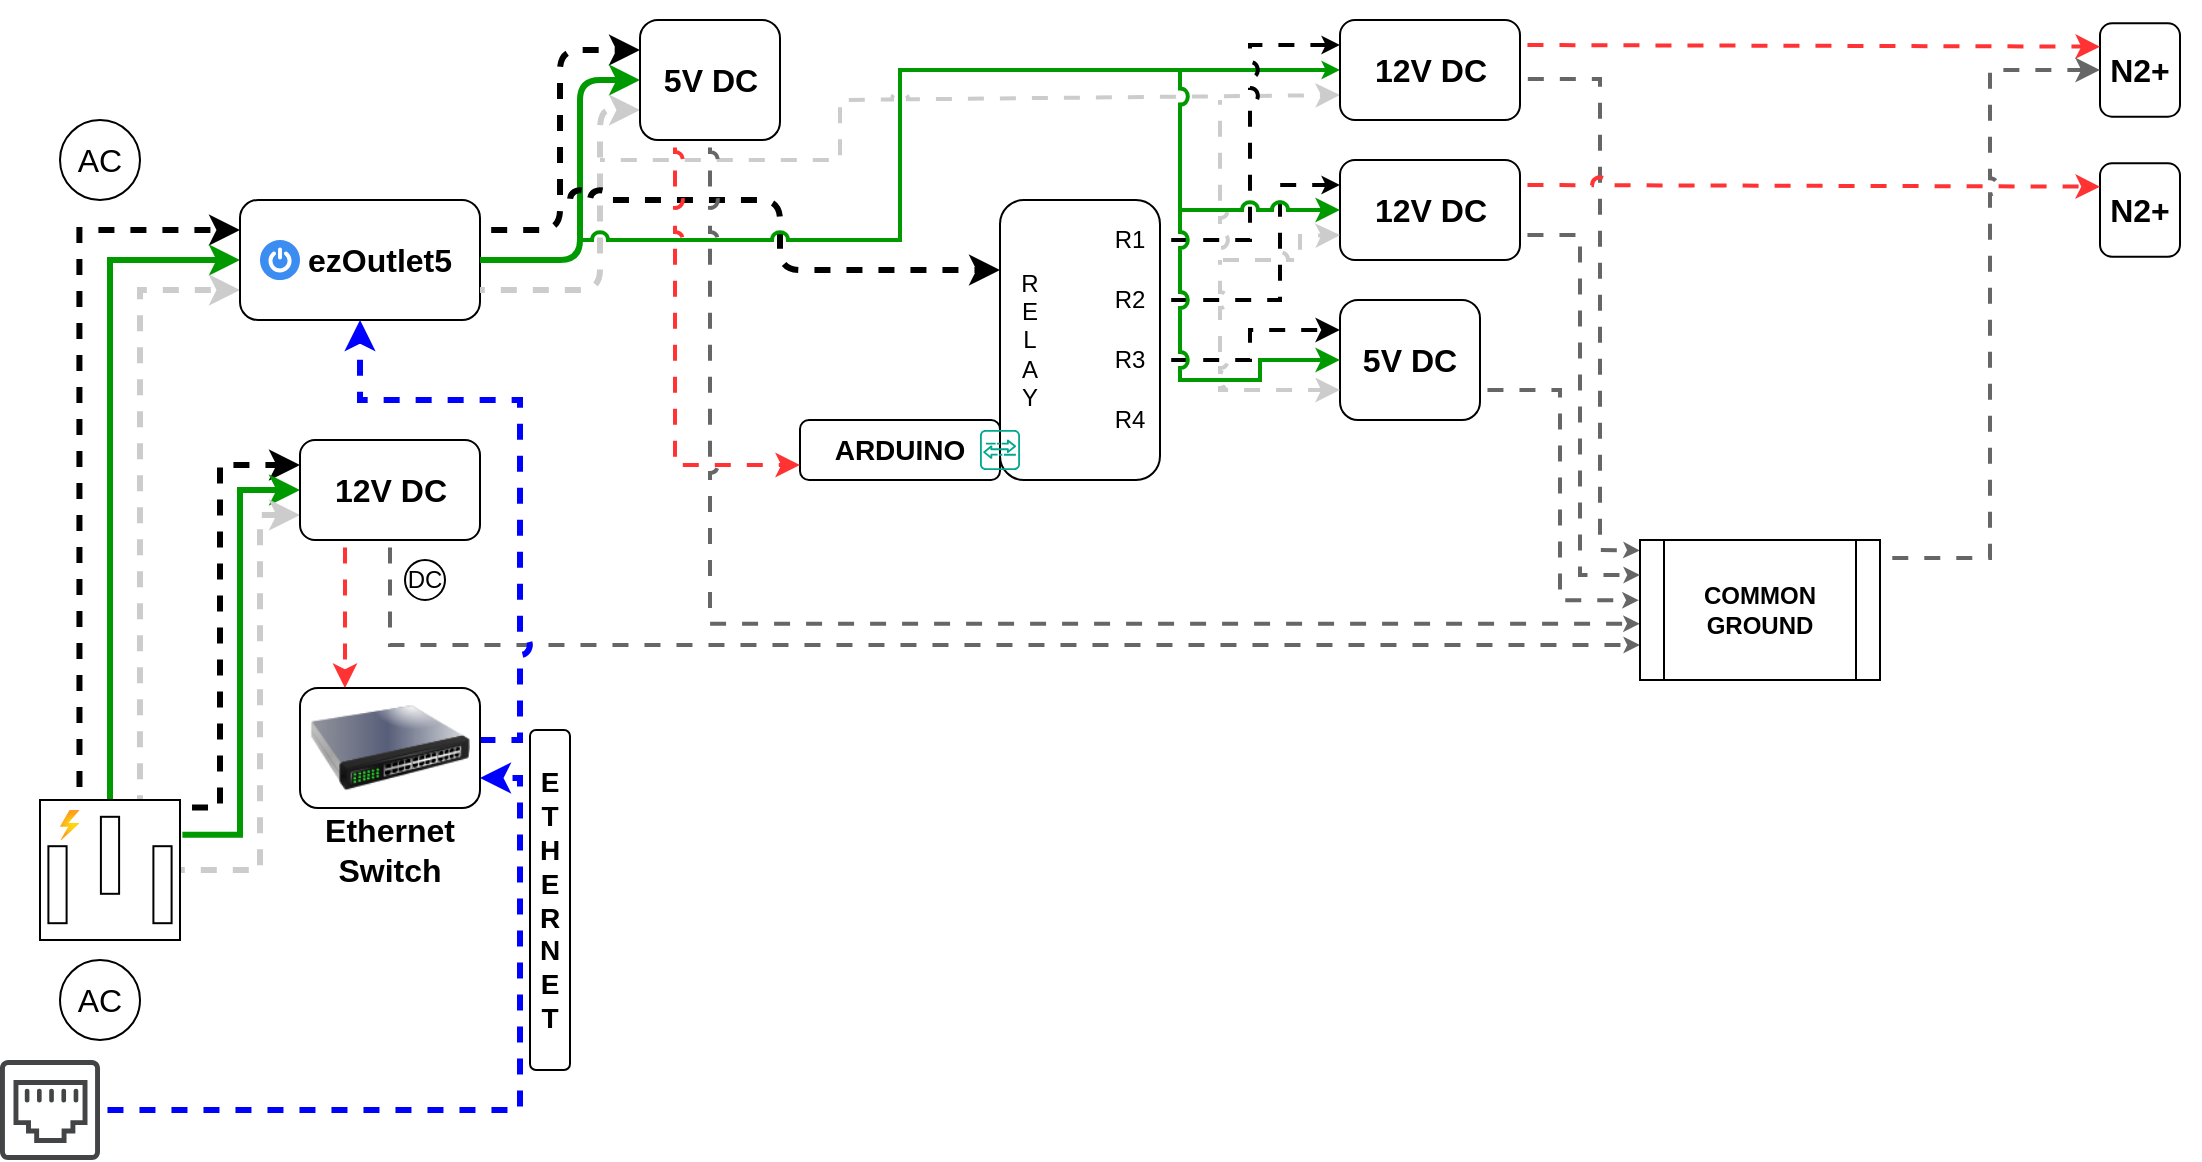
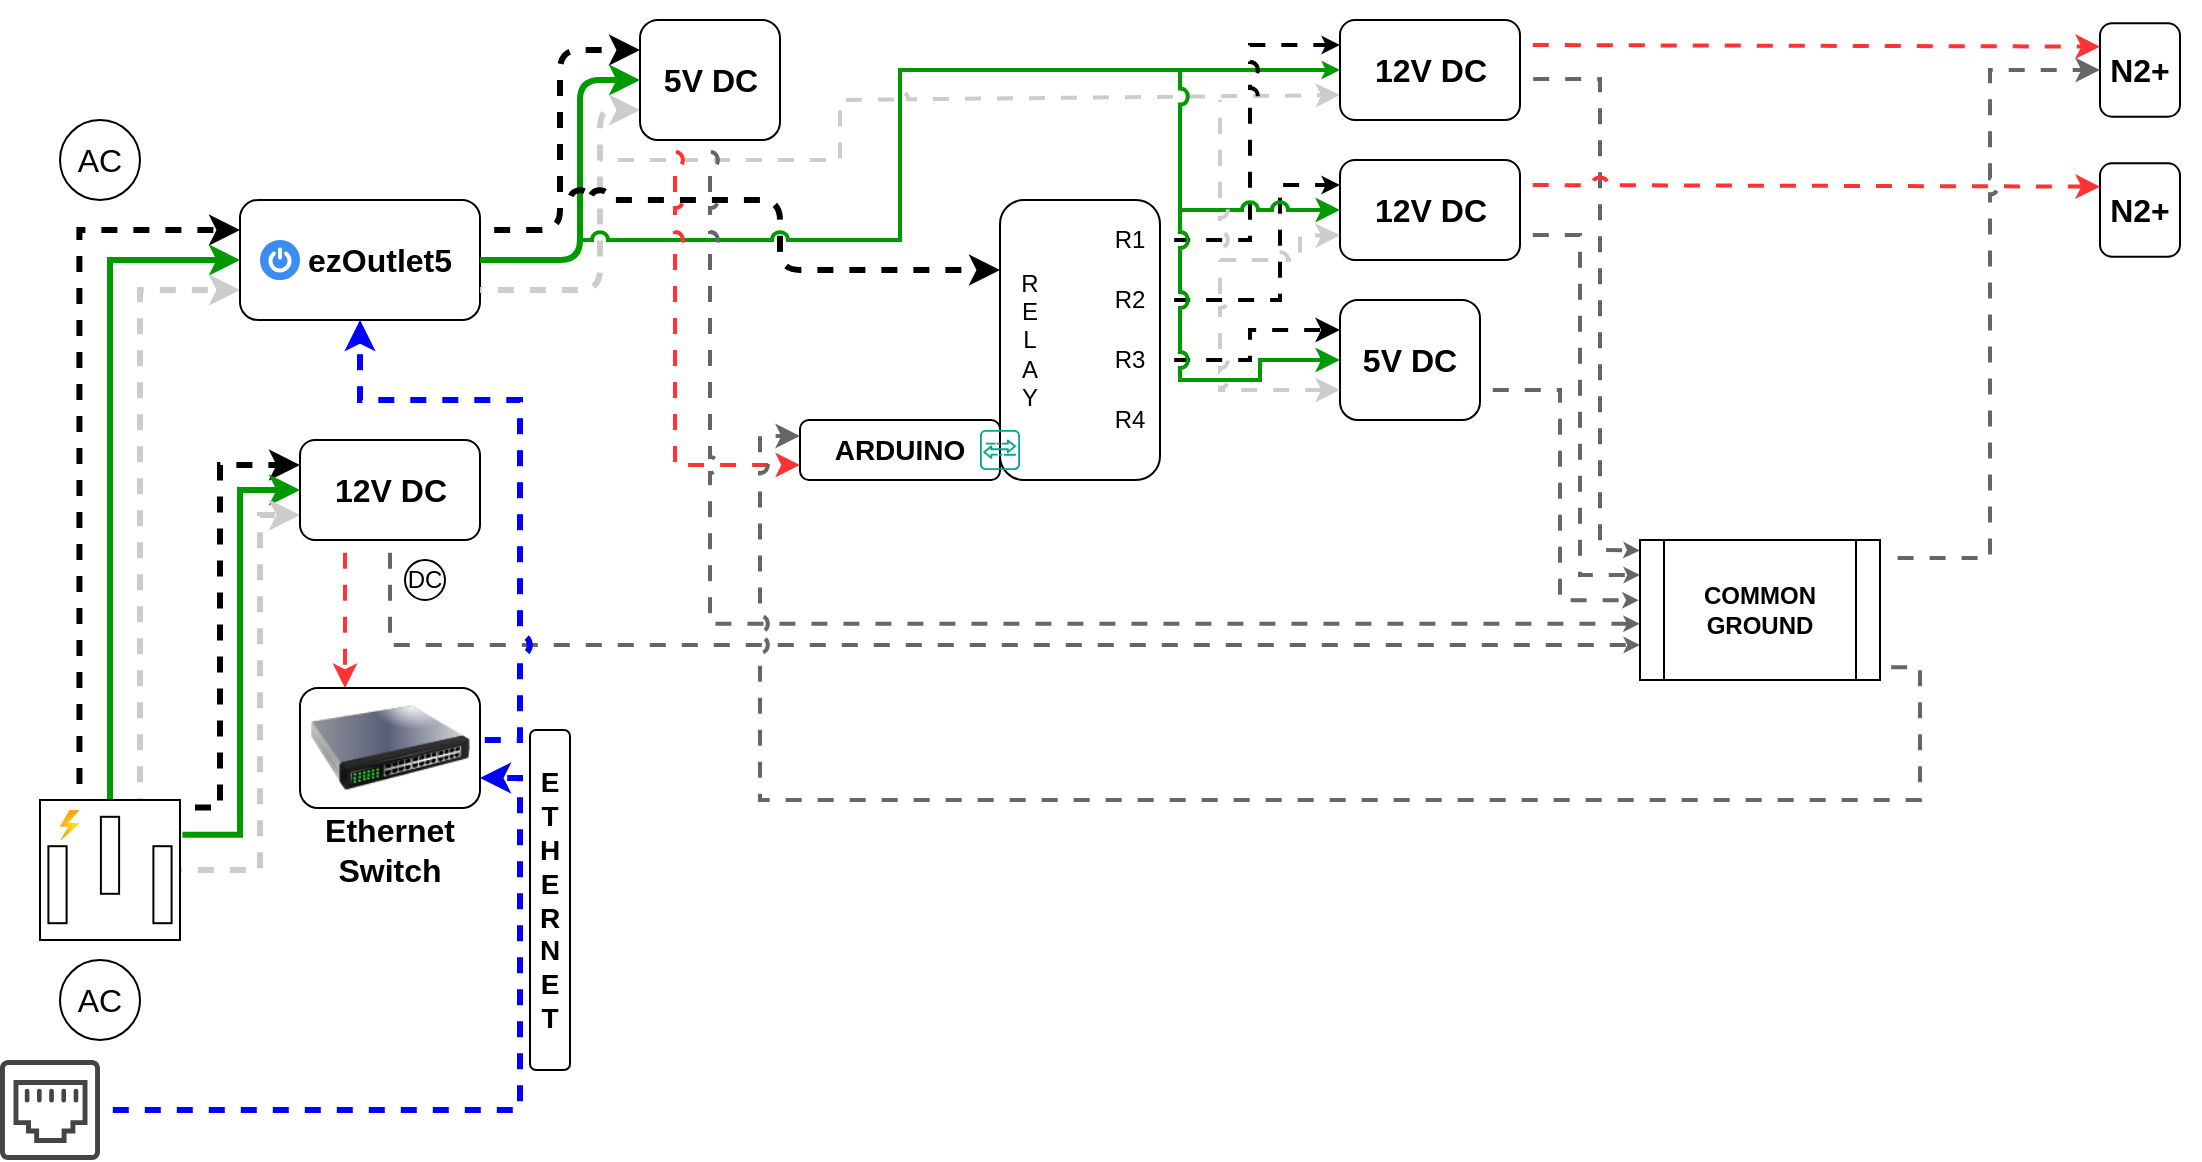
<mxfile host="app.diagrams.net" agent="Mozilla/5.0 (Windows NT 10.0; Win64; x64) AppleWebKit/537.36 (KHTML, like Gecko) Chrome/131.0.0.0 Safari/537.36 Edg/131.0.0.0" version="25.0.3">
  <diagram name="Page-1" id="VlRkN-xOVygPYa-iD9Ir">
-     <mxGraphModel dx="1050" dy="658" grid="1" gridSize="10" guides="1" tooltips="1" connect="1" arrows="1" fold="1" page="1" pageScale="1" pageWidth="1600" pageHeight="900" background="none" math="0" shadow="0">
+     <mxGraphModel dx="500" dy="313" grid="1" gridSize="10" guides="1" tooltips="1" connect="1" arrows="1" fold="1" page="1" pageScale="1" pageWidth="1600" pageHeight="900" background="none" math="0" shadow="0">
      <root>
        <mxCell id="0" />
        <mxCell id="1" parent="0" />
        <mxCell id="JVLtuT8sySUBbFbLTn6r-3" style="edgeStyle=orthogonalEdgeStyle;rounded=0;orthogonalLoop=1;jettySize=auto;html=1;entryX=0;entryY=0.25;entryDx=0;entryDy=0;exitX=0.282;exitY=-0.013;exitDx=0;exitDy=0;exitPerimeter=0;strokeWidth=3;flowAnimation=1;flowAnimationDirection=alternate;flowAnimationTimingFunction=ease-in-out;flowAnimationDuration=1500;jumpStyle=arc;" parent="1" source="pD8juBFKP1GN8B8eYQTb-1" target="pD8juBFKP1GN8B8eYQTb-3" edge="1">
          <mxGeometry relative="1" as="geometry" />
        </mxCell>
        <mxCell id="JVLtuT8sySUBbFbLTn6r-4" style="edgeStyle=orthogonalEdgeStyle;rounded=0;orthogonalLoop=1;jettySize=auto;html=1;exitX=0.5;exitY=0;exitDx=0;exitDy=0;exitPerimeter=0;entryX=0;entryY=0.5;entryDx=0;entryDy=0;strokeColor=#009900;strokeWidth=3;jumpStyle=arc;" parent="1" source="pD8juBFKP1GN8B8eYQTb-1" target="pD8juBFKP1GN8B8eYQTb-3" edge="1">
          <mxGeometry relative="1" as="geometry" />
        </mxCell>
        <mxCell id="JVLtuT8sySUBbFbLTn6r-5" style="edgeStyle=orthogonalEdgeStyle;rounded=0;orthogonalLoop=1;jettySize=auto;html=1;entryX=0;entryY=0.75;entryDx=0;entryDy=0;exitX=0.714;exitY=0;exitDx=0;exitDy=0;exitPerimeter=0;strokeWidth=3;strokeColor=#CCCCCC;flowAnimation=1;flowAnimationDirection=alternate-reverse;flowAnimationTimingFunction=ease-in-out;flowAnimationDuration=1500;jumpStyle=arc;" parent="1" source="pD8juBFKP1GN8B8eYQTb-1" target="pD8juBFKP1GN8B8eYQTb-3" edge="1">
          <mxGeometry relative="1" as="geometry">
            <mxPoint x="120" y="320" as="targetPoint" />
          </mxGeometry>
        </mxCell>
        <mxCell id="JVLtuT8sySUBbFbLTn6r-6" style="edgeStyle=orthogonalEdgeStyle;rounded=0;orthogonalLoop=1;jettySize=auto;html=1;entryX=0;entryY=0.25;entryDx=0;entryDy=0;exitX=1.006;exitY=0.054;exitDx=0;exitDy=0;exitPerimeter=0;strokeWidth=3;flowAnimation=1;flowAnimationDirection=alternate;flowAnimationTimingFunction=ease-in-out;flowAnimationDuration=1500;jumpStyle=arc;" parent="1" source="pD8juBFKP1GN8B8eYQTb-1" target="pD8juBFKP1GN8B8eYQTb-24" edge="1">
          <mxGeometry relative="1" as="geometry">
            <Array as="points">
              <mxPoint x="120" y="404" />
              <mxPoint x="120" y="233" />
            </Array>
          </mxGeometry>
        </mxCell>
        <mxCell id="JVLtuT8sySUBbFbLTn6r-7" style="edgeStyle=orthogonalEdgeStyle;rounded=0;orthogonalLoop=1;jettySize=auto;html=1;entryX=0;entryY=0.5;entryDx=0;entryDy=0;exitX=1.017;exitY=0.249;exitDx=0;exitDy=0;exitPerimeter=0;strokeWidth=3;strokeColor=#009900;jumpStyle=arc;" parent="1" source="pD8juBFKP1GN8B8eYQTb-1" target="pD8juBFKP1GN8B8eYQTb-24" edge="1">
          <mxGeometry relative="1" as="geometry" />
        </mxCell>
        <mxCell id="JVLtuT8sySUBbFbLTn6r-8" style="edgeStyle=orthogonalEdgeStyle;rounded=0;orthogonalLoop=1;jettySize=auto;html=1;entryX=0;entryY=0.75;entryDx=0;entryDy=0;strokeColor=#CCCCCC;strokeWidth=3;flowAnimation=1;flowAnimationDirection=alternate-reverse;flowAnimationTimingFunction=ease-in-out;flowAnimationDuration=1500;jumpStyle=arc;" parent="1" source="pD8juBFKP1GN8B8eYQTb-1" target="pD8juBFKP1GN8B8eYQTb-24" edge="1">
          <mxGeometry relative="1" as="geometry">
            <Array as="points">
              <mxPoint x="140" y="435" />
              <mxPoint x="140" y="258" />
            </Array>
          </mxGeometry>
        </mxCell>
        <mxCell id="JVLtuT8sySUBbFbLTn6r-1" value="" style="group" parent="1" vertex="1" connectable="0">
          <mxGeometry x="30" y="480" width="60" height="40" as="geometry" />
        </mxCell>
        <mxCell id="pD8juBFKP1GN8B8eYQTb-22" value="AC" style="text;html=1;align=center;verticalAlign=middle;whiteSpace=wrap;rounded=0;fontSize=16;" parent="JVLtuT8sySUBbFbLTn6r-1" vertex="1">
          <mxGeometry y="5" width="60" height="30" as="geometry" />
        </mxCell>
        <mxCell id="pD8juBFKP1GN8B8eYQTb-23" value="" style="ellipse;whiteSpace=wrap;html=1;fillColor=none;" parent="JVLtuT8sySUBbFbLTn6r-1" vertex="1">
          <mxGeometry x="10" width="40" height="40" as="geometry" />
        </mxCell>
        <mxCell id="JVLtuT8sySUBbFbLTn6r-2" value="" style="group" parent="1" vertex="1" connectable="0">
          <mxGeometry x="30" y="60" width="60" height="40" as="geometry" />
        </mxCell>
        <mxCell id="pD8juBFKP1GN8B8eYQTb-9" value="" style="ellipse;whiteSpace=wrap;html=1;fillColor=none;" parent="JVLtuT8sySUBbFbLTn6r-2" vertex="1">
          <mxGeometry x="10" width="40" height="40" as="geometry" />
        </mxCell>
        <mxCell id="pD8juBFKP1GN8B8eYQTb-11" value="AC" style="text;html=1;align=center;verticalAlign=middle;whiteSpace=wrap;rounded=0;fontSize=16;" parent="JVLtuT8sySUBbFbLTn6r-2" vertex="1">
          <mxGeometry y="5" width="60" height="30" as="geometry" />
        </mxCell>
        <mxCell id="JVLtuT8sySUBbFbLTn6r-9" value="" style="group" parent="1" vertex="1" connectable="0">
          <mxGeometry x="130" y="100" width="120" height="60" as="geometry" />
        </mxCell>
        <mxCell id="JVLtuT8sySUBbFbLTn6r-16" value="" style="group" parent="JVLtuT8sySUBbFbLTn6r-9" vertex="1" connectable="0">
          <mxGeometry width="120" height="60" as="geometry" />
        </mxCell>
        <mxCell id="pD8juBFKP1GN8B8eYQTb-3" value="" style="rounded=1;whiteSpace=wrap;html=1;" parent="JVLtuT8sySUBbFbLTn6r-16" vertex="1">
          <mxGeometry width="120" height="60" as="geometry" />
        </mxCell>
        <mxCell id="JVLtuT8sySUBbFbLTn6r-13" value="" style="sketch=0;html=1;aspect=fixed;strokeColor=none;shadow=0;fillColor=#3B8DF1;verticalAlign=top;labelPosition=center;verticalLabelPosition=bottom;shape=mxgraph.gcp2.a7_power" parent="JVLtuT8sySUBbFbLTn6r-16" vertex="1">
          <mxGeometry x="10" y="20" width="20" height="20" as="geometry" />
        </mxCell>
        <mxCell id="pD8juBFKP1GN8B8eYQTb-15" value="&lt;b&gt;ezOutlet5&lt;/b&gt;" style="text;html=1;align=center;verticalAlign=middle;whiteSpace=wrap;rounded=0;fontSize=16;" parent="JVLtuT8sySUBbFbLTn6r-16" vertex="1">
          <mxGeometry x="40" y="10" width="60" height="40" as="geometry" />
        </mxCell>
        <mxCell id="JVLtuT8sySUBbFbLTn6r-11" value="" style="group" parent="1" vertex="1" connectable="0">
          <mxGeometry x="160" y="220" width="90" height="50" as="geometry" />
        </mxCell>
        <mxCell id="JVLtuT8sySUBbFbLTn6r-72" value="" style="group" parent="JVLtuT8sySUBbFbLTn6r-11" vertex="1" connectable="0">
          <mxGeometry width="90" height="50" as="geometry" />
        </mxCell>
        <mxCell id="pD8juBFKP1GN8B8eYQTb-24" value="" style="rounded=1;whiteSpace=wrap;html=1;" parent="JVLtuT8sySUBbFbLTn6r-72" vertex="1">
          <mxGeometry width="90" height="50" as="geometry" />
        </mxCell>
        <mxCell id="JVLtuT8sySUBbFbLTn6r-10" value="&lt;font style=&quot;font-size: 16px;&quot;&gt;&lt;b&gt;12V DC&lt;/b&gt;&lt;/font&gt;" style="text;html=1;align=center;verticalAlign=middle;whiteSpace=wrap;rounded=0;" parent="JVLtuT8sySUBbFbLTn6r-72" vertex="1">
          <mxGeometry x="15.75" y="10" width="58.5" height="30" as="geometry" />
        </mxCell>
        <mxCell id="JVLtuT8sySUBbFbLTn6r-18" value="" style="group" parent="1" vertex="1" connectable="0">
          <mxGeometry x="30" y="400" width="70" height="70" as="geometry" />
        </mxCell>
        <mxCell id="pD8juBFKP1GN8B8eYQTb-1" value="" style="pointerEvents=1;verticalLabelPosition=bottom;shadow=0;dashed=0;align=center;html=1;verticalAlign=top;shape=mxgraph.electrical.miscellaneous.ac_out" parent="JVLtuT8sySUBbFbLTn6r-18" vertex="1">
          <mxGeometry width="70" height="70" as="geometry" />
        </mxCell>
        <mxCell id="JVLtuT8sySUBbFbLTn6r-12" value="" style="image;aspect=fixed;html=1;points=[];align=center;fontSize=12;image=img/lib/azure2/general/Power.svg;" parent="JVLtuT8sySUBbFbLTn6r-18" vertex="1">
          <mxGeometry x="10" y="5" width="9.72" height="15" as="geometry" />
        </mxCell>
        <mxCell id="JVLtuT8sySUBbFbLTn6r-23" style="edgeStyle=orthogonalEdgeStyle;rounded=0;orthogonalLoop=1;jettySize=auto;html=1;entryX=0.25;entryY=0;entryDx=0;entryDy=0;exitX=0.25;exitY=1;exitDx=0;exitDy=0;strokeColor=#FF3333;strokeWidth=2;flowAnimation=1;jumpStyle=arc;" parent="1" source="pD8juBFKP1GN8B8eYQTb-24" target="JVLtuT8sySUBbFbLTn6r-19" edge="1">
          <mxGeometry relative="1" as="geometry" />
        </mxCell>
        <mxCell id="JVLtuT8sySUBbFbLTn6r-28" value="" style="group" parent="1" vertex="1" connectable="0">
          <mxGeometry x="210" y="280" width="25" height="20" as="geometry" />
        </mxCell>
        <mxCell id="JVLtuT8sySUBbFbLTn6r-26" value="" style="ellipse;whiteSpace=wrap;html=1;aspect=fixed;" parent="JVLtuT8sySUBbFbLTn6r-28" vertex="1">
          <mxGeometry x="2.5" width="20" height="20" as="geometry" />
        </mxCell>
        <mxCell id="JVLtuT8sySUBbFbLTn6r-27" value="&lt;font&gt;DC&lt;/font&gt;" style="text;html=1;align=center;verticalAlign=middle;whiteSpace=wrap;rounded=0;" parent="JVLtuT8sySUBbFbLTn6r-28" vertex="1">
          <mxGeometry y="2.5" width="25" height="15" as="geometry" />
        </mxCell>
        <mxCell id="JVLtuT8sySUBbFbLTn6r-29" style="edgeStyle=orthogonalEdgeStyle;rounded=0;orthogonalLoop=1;jettySize=auto;html=1;exitX=0.5;exitY=1;exitDx=0;exitDy=0;strokeWidth=2;flowAnimation=1;strokeColor=#666666;jumpStyle=arc;entryX=0;entryY=0.75;entryDx=0;entryDy=0;endSize=2;" parent="1" source="pD8juBFKP1GN8B8eYQTb-24" target="0aRQkGjj-KWWZOeJOGup-9" edge="1">
          <mxGeometry relative="1" as="geometry">
            <mxPoint x="810" y="370" as="targetPoint" />
          </mxGeometry>
        </mxCell>
        <mxCell id="JVLtuT8sySUBbFbLTn6r-30" style="edgeStyle=orthogonalEdgeStyle;rounded=0;orthogonalLoop=1;jettySize=auto;html=1;exitX=1;exitY=0.5;exitDx=0;exitDy=0;entryX=0.5;entryY=1;entryDx=0;entryDy=0;strokeColor=#0000FF;strokeWidth=3;flowAnimation=1;jumpStyle=arc;" parent="1" source="JVLtuT8sySUBbFbLTn6r-19" target="pD8juBFKP1GN8B8eYQTb-3" edge="1">
          <mxGeometry relative="1" as="geometry">
            <Array as="points">
              <mxPoint x="270" y="370" />
              <mxPoint x="270" y="200" />
              <mxPoint x="190" y="200" />
            </Array>
          </mxGeometry>
        </mxCell>
        <mxCell id="JVLtuT8sySUBbFbLTn6r-33" value="" style="rounded=1;whiteSpace=wrap;html=1;" parent="1" vertex="1">
          <mxGeometry x="510" y="100" width="80" height="140" as="geometry" />
        </mxCell>
        <mxCell id="JVLtuT8sySUBbFbLTn6r-35" style="edgeStyle=orthogonalEdgeStyle;rounded=1;orthogonalLoop=1;jettySize=auto;html=1;exitX=1;exitY=0.25;exitDx=0;exitDy=0;entryX=0;entryY=0.25;entryDx=0;entryDy=0;curved=0;strokeWidth=3;flowAnimation=1;flowAnimationDirection=alternate;flowAnimationTimingFunction=ease-in-out;flowAnimationDuration=1500;jumpStyle=arc;" parent="1" source="pD8juBFKP1GN8B8eYQTb-3" target="JVLtuT8sySUBbFbLTn6r-34" edge="1">
          <mxGeometry relative="1" as="geometry" />
        </mxCell>
        <mxCell id="JVLtuT8sySUBbFbLTn6r-36" style="edgeStyle=orthogonalEdgeStyle;rounded=1;orthogonalLoop=1;jettySize=auto;html=1;exitX=1;exitY=0.5;exitDx=0;exitDy=0;entryX=0;entryY=0.5;entryDx=0;entryDy=0;curved=0;strokeWidth=3;strokeColor=#009900;jumpStyle=arc;" parent="1" source="pD8juBFKP1GN8B8eYQTb-3" target="JVLtuT8sySUBbFbLTn6r-34" edge="1">
          <mxGeometry relative="1" as="geometry">
            <Array as="points">
              <mxPoint x="300" y="130" />
              <mxPoint x="300" y="40" />
            </Array>
          </mxGeometry>
        </mxCell>
        <mxCell id="JVLtuT8sySUBbFbLTn6r-37" style="edgeStyle=orthogonalEdgeStyle;rounded=1;orthogonalLoop=1;jettySize=auto;html=1;exitX=1;exitY=0.75;exitDx=0;exitDy=0;entryX=0;entryY=0.75;entryDx=0;entryDy=0;curved=0;strokeColor=#CCCCCC;strokeWidth=3;flowAnimation=1;flowAnimationDirection=alternate-reverse;flowAnimationTimingFunction=ease-in-out;flowAnimationDuration=1500;jumpStyle=arc;" parent="1" source="pD8juBFKP1GN8B8eYQTb-3" target="JVLtuT8sySUBbFbLTn6r-34" edge="1">
          <mxGeometry relative="1" as="geometry">
            <Array as="points">
              <mxPoint x="310" y="145" />
              <mxPoint x="310" y="55" />
            </Array>
          </mxGeometry>
        </mxCell>
        <mxCell id="JVLtuT8sySUBbFbLTn6r-40" value="" style="endArrow=classic;html=1;rounded=1;curved=0;entryX=0;entryY=0.25;entryDx=0;entryDy=0;jumpStyle=arc;strokeWidth=3;flowAnimation=1;flowAnimationDirection=alternate;flowAnimationTimingFunction=ease-in-out;flowAnimationDuration=1500;" parent="1" target="JVLtuT8sySUBbFbLTn6r-33" edge="1">
          <mxGeometry width="50" height="50" relative="1" as="geometry">
            <mxPoint x="290" y="100" as="sourcePoint" />
            <mxPoint x="410" y="170" as="targetPoint" />
            <Array as="points">
              <mxPoint x="400" y="100" />
              <mxPoint x="400" y="135" />
            </Array>
          </mxGeometry>
        </mxCell>
        <mxCell id="JVLtuT8sySUBbFbLTn6r-51" value="" style="group" parent="1" vertex="1" connectable="0">
          <mxGeometry x="160" y="344" width="90" height="96" as="geometry" />
        </mxCell>
        <mxCell id="JVLtuT8sySUBbFbLTn6r-21" value="" style="group" parent="JVLtuT8sySUBbFbLTn6r-51" vertex="1" connectable="0">
          <mxGeometry width="90" height="70" as="geometry" />
        </mxCell>
        <mxCell id="JVLtuT8sySUBbFbLTn6r-50" value="" style="group" parent="JVLtuT8sySUBbFbLTn6r-21" vertex="1" connectable="0">
          <mxGeometry width="90" height="70" as="geometry" />
        </mxCell>
        <mxCell id="JVLtuT8sySUBbFbLTn6r-19" value="" style="rounded=1;whiteSpace=wrap;html=1;" parent="JVLtuT8sySUBbFbLTn6r-50" vertex="1">
          <mxGeometry width="90" height="60" as="geometry" />
        </mxCell>
        <mxCell id="JVLtuT8sySUBbFbLTn6r-49" value="" style="image;html=1;image=img/lib/clip_art/networking/Switch_128x128.png" parent="JVLtuT8sySUBbFbLTn6r-50" vertex="1">
          <mxGeometry x="5" y="-10" width="80" height="80" as="geometry" />
        </mxCell>
        <mxCell id="JVLtuT8sySUBbFbLTn6r-20" value="&lt;b&gt;&lt;font style=&quot;font-size: 16px;&quot;&gt;Ethernet&lt;/font&gt;&lt;/b&gt;&lt;div&gt;&lt;b&gt;&lt;font style=&quot;font-size: 16px;&quot;&gt;Switch&lt;/font&gt;&lt;/b&gt;&lt;/div&gt;" style="text;html=1;align=center;verticalAlign=middle;whiteSpace=wrap;rounded=0;" parent="JVLtuT8sySUBbFbLTn6r-51" vertex="1">
          <mxGeometry x="15" y="66" width="60" height="30" as="geometry" />
        </mxCell>
        <mxCell id="JVLtuT8sySUBbFbLTn6r-53" value="" style="group" parent="1" vertex="1" connectable="0">
          <mxGeometry x="330" y="10" width="70" height="60" as="geometry" />
        </mxCell>
        <mxCell id="JVLtuT8sySUBbFbLTn6r-71" value="" style="group" parent="JVLtuT8sySUBbFbLTn6r-53" vertex="1" connectable="0">
          <mxGeometry width="70" height="60" as="geometry" />
        </mxCell>
        <mxCell id="JVLtuT8sySUBbFbLTn6r-34" value="" style="rounded=1;whiteSpace=wrap;html=1;" parent="JVLtuT8sySUBbFbLTn6r-71" vertex="1">
          <mxGeometry width="70" height="60" as="geometry" />
        </mxCell>
        <mxCell id="JVLtuT8sySUBbFbLTn6r-52" value="&lt;font style=&quot;font-size: 16px;&quot;&gt;&lt;b&gt;5&lt;/b&gt;&lt;/font&gt;&lt;b style=&quot;font-size: 16px; background-color: initial;&quot;&gt;V DC&lt;/b&gt;" style="text;html=1;align=center;verticalAlign=middle;whiteSpace=wrap;rounded=0;" parent="JVLtuT8sySUBbFbLTn6r-71" vertex="1">
          <mxGeometry x="5.75" y="15" width="58.5" height="30" as="geometry" />
        </mxCell>
        <mxCell id="JVLtuT8sySUBbFbLTn6r-54" value="" style="endArrow=classic;html=1;rounded=0;entryX=0;entryY=0.5;entryDx=0;entryDy=0;jumpStyle=arc;strokeColor=#009900;strokeWidth=2;endSize=3;" parent="1" target="JVLtuT8sySUBbFbLTn6r-74" edge="1">
          <mxGeometry width="50" height="50" relative="1" as="geometry">
            <mxPoint x="300" y="120" as="sourcePoint" />
            <mxPoint x="350" y="80" as="targetPoint" />
            <Array as="points">
              <mxPoint x="460" y="120" />
              <mxPoint x="460" y="35" />
            </Array>
          </mxGeometry>
        </mxCell>
        <mxCell id="JVLtuT8sySUBbFbLTn6r-55" value="" style="endArrow=classic;html=1;rounded=0;entryX=0;entryY=0.75;entryDx=0;entryDy=0;strokeColor=#CCCCCC;strokeWidth=2;jumpStyle=arc;flowAnimation=1;flowAnimationDirection=alternate-reverse;flowAnimationTimingFunction=ease-in-out;flowAnimationDuration=1500;" parent="1" target="JVLtuT8sySUBbFbLTn6r-74" edge="1">
          <mxGeometry width="50" height="50" relative="1" as="geometry">
            <mxPoint x="310" y="80" as="sourcePoint" />
            <mxPoint x="350" y="140" as="targetPoint" />
            <Array as="points">
              <mxPoint x="430" y="80" />
              <mxPoint x="430" y="50" />
              <mxPoint x="520" y="50" />
            </Array>
          </mxGeometry>
        </mxCell>
        <mxCell id="JVLtuT8sySUBbFbLTn6r-56" value="R&lt;div&gt;E&lt;/div&gt;&lt;div&gt;L&lt;/div&gt;&lt;div&gt;A&lt;/div&gt;&lt;div&gt;Y&lt;/div&gt;" style="text;html=1;align=center;verticalAlign=middle;whiteSpace=wrap;rounded=0;" parent="1" vertex="1">
          <mxGeometry x="510" y="135" width="30" height="70" as="geometry" />
        </mxCell>
        <mxCell id="JVLtuT8sySUBbFbLTn6r-79" style="edgeStyle=orthogonalEdgeStyle;rounded=0;orthogonalLoop=1;jettySize=auto;html=1;exitX=1;exitY=0.5;exitDx=0;exitDy=0;entryX=0;entryY=0.25;entryDx=0;entryDy=0;strokeWidth=2;flowAnimation=1;flowAnimationDirection=alternate;flowAnimationTimingFunction=ease-in-out;flowAnimationDuration=1500;jumpStyle=arc;endSize=3;" parent="1" source="JVLtuT8sySUBbFbLTn6r-57" target="JVLtuT8sySUBbFbLTn6r-74" edge="1">
          <mxGeometry relative="1" as="geometry" />
        </mxCell>
        <mxCell id="JVLtuT8sySUBbFbLTn6r-57" value="R1" style="text;html=1;align=center;verticalAlign=middle;whiteSpace=wrap;rounded=0;" parent="1" vertex="1">
          <mxGeometry x="560" y="105" width="30" height="30" as="geometry" />
        </mxCell>
        <mxCell id="JVLtuT8sySUBbFbLTn6r-80" style="edgeStyle=orthogonalEdgeStyle;rounded=0;orthogonalLoop=1;jettySize=auto;html=1;exitX=1;exitY=0.5;exitDx=0;exitDy=0;entryX=0;entryY=0.25;entryDx=0;entryDy=0;strokeWidth=2;flowAnimation=1;flowAnimationDirection=alternate;flowAnimationTimingFunction=ease-in-out;flowAnimationDuration=1500;endSize=3;jumpStyle=arc;" parent="1" source="JVLtuT8sySUBbFbLTn6r-58" target="JVLtuT8sySUBbFbLTn6r-77" edge="1">
          <mxGeometry relative="1" as="geometry">
            <Array as="points">
              <mxPoint x="650" y="150" />
              <mxPoint x="650" y="93" />
            </Array>
          </mxGeometry>
        </mxCell>
        <mxCell id="JVLtuT8sySUBbFbLTn6r-58" value="R2" style="text;html=1;align=center;verticalAlign=middle;whiteSpace=wrap;rounded=0;" parent="1" vertex="1">
          <mxGeometry x="560" y="135" width="30" height="30" as="geometry" />
        </mxCell>
        <mxCell id="JVLtuT8sySUBbFbLTn6r-81" style="edgeStyle=orthogonalEdgeStyle;rounded=0;orthogonalLoop=1;jettySize=auto;html=1;exitX=1;exitY=0.5;exitDx=0;exitDy=0;entryX=0;entryY=0.25;entryDx=0;entryDy=0;strokeWidth=2;flowAnimation=1;flowAnimationDirection=alternate;flowAnimationTimingFunction=ease-in-out;flowAnimationDuration=1500;jumpStyle=arc;" parent="1" source="JVLtuT8sySUBbFbLTn6r-59" target="JVLtuT8sySUBbFbLTn6r-63" edge="1">
          <mxGeometry relative="1" as="geometry" />
        </mxCell>
        <mxCell id="JVLtuT8sySUBbFbLTn6r-59" value="R3" style="text;html=1;align=center;verticalAlign=middle;whiteSpace=wrap;rounded=0;" parent="1" vertex="1">
          <mxGeometry x="560" y="165" width="30" height="30" as="geometry" />
        </mxCell>
        <mxCell id="JVLtuT8sySUBbFbLTn6r-60" value="R4" style="text;html=1;align=center;verticalAlign=middle;whiteSpace=wrap;rounded=0;" parent="1" vertex="1">
          <mxGeometry x="560" y="195" width="30" height="30" as="geometry" />
        </mxCell>
        <mxCell id="JVLtuT8sySUBbFbLTn6r-67" value="" style="group" parent="1" vertex="1" connectable="0">
          <mxGeometry x="680" y="150" width="70" height="60" as="geometry" />
        </mxCell>
        <mxCell id="JVLtuT8sySUBbFbLTn6r-63" value="" style="rounded=1;whiteSpace=wrap;html=1;" parent="JVLtuT8sySUBbFbLTn6r-67" vertex="1">
          <mxGeometry width="70" height="60" as="geometry" />
        </mxCell>
        <mxCell id="JVLtuT8sySUBbFbLTn6r-62" value="" style="group" parent="JVLtuT8sySUBbFbLTn6r-67" vertex="1" connectable="0">
          <mxGeometry x="5" y="5" width="60" height="50" as="geometry" />
        </mxCell>
        <mxCell id="JVLtuT8sySUBbFbLTn6r-64" value="&lt;font style=&quot;font-size: 16px;&quot;&gt;&lt;b&gt;5&lt;/b&gt;&lt;/font&gt;&lt;b style=&quot;font-size: 16px; background-color: initial;&quot;&gt;V DC&lt;/b&gt;" style="text;html=1;align=center;verticalAlign=middle;whiteSpace=wrap;rounded=0;" parent="JVLtuT8sySUBbFbLTn6r-62" vertex="1">
          <mxGeometry x="4.928571428571428" y="12.5" width="50.14285714285714" height="25" as="geometry" />
        </mxCell>
        <mxCell id="JVLtuT8sySUBbFbLTn6r-73" value="" style="group" parent="1" vertex="1" connectable="0">
          <mxGeometry x="680" y="10" width="90" height="50" as="geometry" />
        </mxCell>
        <mxCell id="JVLtuT8sySUBbFbLTn6r-74" value="" style="rounded=1;whiteSpace=wrap;html=1;" parent="JVLtuT8sySUBbFbLTn6r-73" vertex="1">
          <mxGeometry width="90" height="50" as="geometry" />
        </mxCell>
        <mxCell id="JVLtuT8sySUBbFbLTn6r-75" value="&lt;font style=&quot;font-size: 16px;&quot;&gt;&lt;b&gt;12V DC&lt;/b&gt;&lt;/font&gt;" style="text;html=1;align=center;verticalAlign=middle;whiteSpace=wrap;rounded=0;" parent="JVLtuT8sySUBbFbLTn6r-73" vertex="1">
          <mxGeometry x="15.75" y="10" width="58.5" height="30" as="geometry" />
        </mxCell>
        <mxCell id="JVLtuT8sySUBbFbLTn6r-76" value="" style="group" parent="1" vertex="1" connectable="0">
          <mxGeometry x="680" y="80" width="90" height="50" as="geometry" />
        </mxCell>
        <mxCell id="JVLtuT8sySUBbFbLTn6r-77" value="" style="rounded=1;whiteSpace=wrap;html=1;" parent="JVLtuT8sySUBbFbLTn6r-76" vertex="1">
          <mxGeometry width="90" height="50" as="geometry" />
        </mxCell>
        <mxCell id="JVLtuT8sySUBbFbLTn6r-78" value="&lt;font style=&quot;font-size: 16px;&quot;&gt;&lt;b&gt;12V DC&lt;/b&gt;&lt;/font&gt;" style="text;html=1;align=center;verticalAlign=middle;whiteSpace=wrap;rounded=0;" parent="JVLtuT8sySUBbFbLTn6r-76" vertex="1">
          <mxGeometry x="15.75" y="10" width="58.5" height="30" as="geometry" />
        </mxCell>
        <mxCell id="JVLtuT8sySUBbFbLTn6r-82" value="" style="endArrow=classic;html=1;rounded=0;entryX=0;entryY=0.5;entryDx=0;entryDy=0;jumpStyle=arc;strokeColor=#009900;strokeWidth=2;" parent="1" target="JVLtuT8sySUBbFbLTn6r-77" edge="1">
          <mxGeometry width="50" height="50" relative="1" as="geometry">
            <mxPoint x="600" y="35" as="sourcePoint" />
            <mxPoint x="660" y="105" as="targetPoint" />
            <Array as="points">
              <mxPoint x="600" y="105" />
            </Array>
          </mxGeometry>
        </mxCell>
        <mxCell id="JVLtuT8sySUBbFbLTn6r-83" value="" style="endArrow=classic;html=1;rounded=0;entryX=0;entryY=0.75;entryDx=0;entryDy=0;strokeWidth=2;strokeColor=#CCCCCC;flowAnimation=1;flowAnimationTimingFunction=ease-in-out;flowAnimationDirection=alternate-reverse;jumpStyle=arc;flowAnimationDuration=1500;" parent="1" target="JVLtuT8sySUBbFbLTn6r-77" edge="1">
          <mxGeometry width="50" height="50" relative="1" as="geometry">
            <mxPoint x="620" y="50" as="sourcePoint" />
            <mxPoint x="480" y="40" as="targetPoint" />
            <Array as="points">
              <mxPoint x="620" y="130" />
              <mxPoint x="660" y="130" />
              <mxPoint x="660" y="118" />
            </Array>
          </mxGeometry>
        </mxCell>
        <mxCell id="JVLtuT8sySUBbFbLTn6r-88" value="" style="endArrow=classic;html=1;rounded=0;entryX=0;entryY=0.5;entryDx=0;entryDy=0;strokeColor=#009900;strokeWidth=2;jumpStyle=arc;" parent="1" target="JVLtuT8sySUBbFbLTn6r-63" edge="1">
          <mxGeometry width="50" height="50" relative="1" as="geometry">
            <mxPoint x="600" y="100" as="sourcePoint" />
            <mxPoint x="600" y="140" as="targetPoint" />
            <Array as="points">
              <mxPoint x="600" y="190" />
              <mxPoint x="640" y="190" />
              <mxPoint x="640" y="180" />
            </Array>
          </mxGeometry>
        </mxCell>
        <mxCell id="JVLtuT8sySUBbFbLTn6r-89" value="" style="endArrow=classic;html=1;rounded=0;entryX=0;entryY=0.75;entryDx=0;entryDy=0;strokeWidth=2;strokeColor=#CCCCCC;flowAnimation=1;jumpStyle=arc;flowAnimationTimingFunction=ease-in-out;flowAnimationDirection=alternate-reverse;flowAnimationDuration=1500;" parent="1" target="JVLtuT8sySUBbFbLTn6r-63" edge="1">
          <mxGeometry width="50" height="50" relative="1" as="geometry">
            <mxPoint x="620" y="130" as="sourcePoint" />
            <mxPoint x="600" y="100" as="targetPoint" />
            <Array as="points">
              <mxPoint x="620" y="195" />
            </Array>
          </mxGeometry>
        </mxCell>
        <mxCell id="JVLtuT8sySUBbFbLTn6r-90" value="&lt;b&gt;&lt;font style=&quot;font-size: 14px;&quot;&gt;ARDUINO&lt;/font&gt;&lt;/b&gt;" style="rounded=1;whiteSpace=wrap;html=1;" parent="1" vertex="1">
          <mxGeometry x="410" y="210" width="100" height="30" as="geometry" />
        </mxCell>
        <mxCell id="JVLtuT8sySUBbFbLTn6r-91" style="edgeStyle=orthogonalEdgeStyle;rounded=0;orthogonalLoop=1;jettySize=auto;html=1;exitX=0.25;exitY=1;exitDx=0;exitDy=0;entryX=0;entryY=0.75;entryDx=0;entryDy=0;strokeWidth=2;flowAnimation=1;strokeColor=#FF3333;jumpStyle=arc;" parent="1" source="JVLtuT8sySUBbFbLTn6r-34" target="JVLtuT8sySUBbFbLTn6r-90" edge="1">
          <mxGeometry relative="1" as="geometry" />
        </mxCell>
        <mxCell id="JVLtuT8sySUBbFbLTn6r-92" style="edgeStyle=orthogonalEdgeStyle;rounded=0;orthogonalLoop=1;jettySize=auto;html=1;exitX=0.5;exitY=1;exitDx=0;exitDy=0;entryX=-0.001;entryY=0.598;entryDx=0;entryDy=0;strokeWidth=2;flowAnimation=1;strokeColor=#666666;jumpStyle=arc;endSize=2;entryPerimeter=0;" parent="1" source="JVLtuT8sySUBbFbLTn6r-34" target="0aRQkGjj-KWWZOeJOGup-9" edge="1">
          <mxGeometry relative="1" as="geometry" />
        </mxCell>
        <mxCell id="JVLtuT8sySUBbFbLTn6r-93" value="" style="sketch=0;outlineConnect=0;fontColor=#232F3E;gradientColor=none;fillColor=#01A88D;strokeColor=none;dashed=0;verticalLabelPosition=bottom;verticalAlign=top;align=center;html=1;fontSize=12;fontStyle=0;aspect=fixed;shape=mxgraph.aws4.agent2;" parent="1" vertex="1">
          <mxGeometry x="500" y="215" width="20" height="20" as="geometry" />
        </mxCell>
        <mxCell id="0aRQkGjj-KWWZOeJOGup-1" value="" style="endArrow=classic;html=1;rounded=0;entryX=1;entryY=0.75;entryDx=0;entryDy=0;strokeWidth=3;strokeColor=#0000FF;flowAnimation=1;jumpStyle=arc;" parent="1" source="0aRQkGjj-KWWZOeJOGup-3" target="JVLtuT8sySUBbFbLTn6r-19" edge="1">
          <mxGeometry width="50" height="50" relative="1" as="geometry">
            <mxPoint x="40" y="560" as="sourcePoint" />
            <mxPoint x="560" y="420" as="targetPoint" />
            <Array as="points">
              <mxPoint x="270" y="555" />
              <mxPoint x="270" y="389" />
            </Array>
          </mxGeometry>
        </mxCell>
        <mxCell id="0aRQkGjj-KWWZOeJOGup-2" value="" style="group" parent="1" vertex="1" connectable="0">
          <mxGeometry x="270" y="365" width="30" height="170" as="geometry" />
        </mxCell>
        <mxCell id="JVLtuT8sySUBbFbLTn6r-31" value="" style="rounded=1;whiteSpace=wrap;html=1;" parent="0aRQkGjj-KWWZOeJOGup-2" vertex="1">
          <mxGeometry x="5" width="20" height="170" as="geometry" />
        </mxCell>
        <mxCell id="JVLtuT8sySUBbFbLTn6r-32" value="&lt;b&gt;&lt;font style=&quot;font-size: 14px;&quot;&gt;E&lt;/font&gt;&lt;/b&gt;&lt;div&gt;&lt;b&gt;&lt;font style=&quot;font-size: 14px;&quot;&gt;T&lt;/font&gt;&lt;/b&gt;&lt;/div&gt;&lt;div&gt;&lt;b&gt;&lt;font style=&quot;font-size: 14px;&quot;&gt;H&lt;/font&gt;&lt;/b&gt;&lt;/div&gt;&lt;div&gt;&lt;b&gt;&lt;font style=&quot;font-size: 14px;&quot;&gt;E&lt;/font&gt;&lt;/b&gt;&lt;/div&gt;&lt;div&gt;&lt;b&gt;&lt;font style=&quot;font-size: 14px;&quot;&gt;R&lt;/font&gt;&lt;/b&gt;&lt;/div&gt;&lt;div&gt;&lt;b&gt;&lt;font style=&quot;font-size: 14px;&quot;&gt;N&lt;/font&gt;&lt;/b&gt;&lt;/div&gt;&lt;div&gt;&lt;b&gt;&lt;font style=&quot;font-size: 14px;&quot;&gt;E&lt;/font&gt;&lt;/b&gt;&lt;/div&gt;&lt;div&gt;&lt;b&gt;&lt;font style=&quot;font-size: 14px;&quot;&gt;T&lt;/font&gt;&lt;/b&gt;&lt;/div&gt;" style="text;html=1;align=center;verticalAlign=middle;whiteSpace=wrap;rounded=0;" parent="0aRQkGjj-KWWZOeJOGup-2" vertex="1">
          <mxGeometry y="10" width="30" height="150" as="geometry" />
        </mxCell>
        <mxCell id="0aRQkGjj-KWWZOeJOGup-3" value="" style="sketch=0;pointerEvents=1;shadow=0;dashed=0;html=1;strokeColor=none;fillColor=#434445;aspect=fixed;labelPosition=center;verticalLabelPosition=bottom;verticalAlign=top;align=center;outlineConnect=0;shape=mxgraph.vvd.ethernet_port;" parent="1" vertex="1">
          <mxGeometry x="10" y="530" width="50" height="50" as="geometry" />
        </mxCell>
        <mxCell id="0aRQkGjj-KWWZOeJOGup-6" value="" style="group" parent="1" vertex="1" connectable="0">
          <mxGeometry x="1050" width="60" height="70" as="geometry" />
        </mxCell>
        <mxCell id="0aRQkGjj-KWWZOeJOGup-4" value="" style="rounded=1;whiteSpace=wrap;html=1;" parent="0aRQkGjj-KWWZOeJOGup-6" vertex="1">
          <mxGeometry x="10" y="11.666666666666668" width="40" height="46.66666666666667" as="geometry" />
        </mxCell>
        <mxCell id="0aRQkGjj-KWWZOeJOGup-5" value="&lt;b&gt;&lt;font style=&quot;font-size: 16px;&quot;&gt;N2+&lt;/font&gt;&lt;/b&gt;" style="text;html=1;align=center;verticalAlign=middle;whiteSpace=wrap;rounded=0;" parent="0aRQkGjj-KWWZOeJOGup-6" vertex="1">
          <mxGeometry x="10" y="11.666666666666668" width="40" height="46.66666666666667" as="geometry" />
        </mxCell>
        <mxCell id="0aRQkGjj-KWWZOeJOGup-7" style="edgeStyle=orthogonalEdgeStyle;rounded=0;orthogonalLoop=1;jettySize=auto;html=1;exitX=1;exitY=0.25;exitDx=0;exitDy=0;entryX=0;entryY=0.25;entryDx=0;entryDy=0;strokeWidth=2;jumpStyle=arc;flowAnimation=1;strokeColor=#FF3333;" parent="1" source="JVLtuT8sySUBbFbLTn6r-74" target="0aRQkGjj-KWWZOeJOGup-5" edge="1">
          <mxGeometry relative="1" as="geometry" />
        </mxCell>
        <mxCell id="0aRQkGjj-KWWZOeJOGup-8" style="edgeStyle=orthogonalEdgeStyle;rounded=0;orthogonalLoop=1;jettySize=auto;html=1;exitX=1.002;exitY=0.598;exitDx=0;exitDy=0;entryX=-0.001;entryY=0.075;entryDx=0;entryDy=0;strokeWidth=2;strokeColor=#666666;flowAnimation=1;jumpStyle=arc;endSize=2;exitPerimeter=0;entryPerimeter=0;" parent="1" target="0aRQkGjj-KWWZOeJOGup-9" edge="1">
          <mxGeometry relative="1" as="geometry">
            <mxPoint x="770.1800000000001" y="39.49999999999998" as="sourcePoint" />
            <mxPoint x="830" y="269.99000000000007" as="targetPoint" />
            <Array as="points">
              <mxPoint x="810" y="40" />
              <mxPoint x="810" y="275" />
              <mxPoint x="820" y="275" />
            </Array>
          </mxGeometry>
        </mxCell>
        <mxCell id="0aRQkGjj-KWWZOeJOGup-11" value="" style="group" parent="1" vertex="1" connectable="0">
          <mxGeometry x="830" y="270" width="120" height="70" as="geometry" />
        </mxCell>
        <mxCell id="0aRQkGjj-KWWZOeJOGup-9" value="" style="shape=process;whiteSpace=wrap;html=1;backgroundOutline=1;" parent="0aRQkGjj-KWWZOeJOGup-11" vertex="1">
          <mxGeometry width="120" height="70" as="geometry" />
        </mxCell>
        <mxCell id="0aRQkGjj-KWWZOeJOGup-10" value="&lt;b&gt;COMMON&lt;/b&gt;&lt;div&gt;&lt;b&gt;GROUND&lt;/b&gt;&lt;/div&gt;" style="text;html=1;align=center;verticalAlign=middle;whiteSpace=wrap;rounded=0;" parent="0aRQkGjj-KWWZOeJOGup-11" vertex="1">
          <mxGeometry x="30" y="17.5" width="60" height="35" as="geometry" />
        </mxCell>
        <mxCell id="0aRQkGjj-KWWZOeJOGup-16" style="edgeStyle=orthogonalEdgeStyle;rounded=0;orthogonalLoop=1;jettySize=auto;html=1;exitX=1;exitY=0.75;exitDx=0;exitDy=0;entryX=0;entryY=0.25;entryDx=0;entryDy=0;strokeColor=#666666;flowAnimation=1;strokeWidth=2;endSize=2;" parent="1" source="JVLtuT8sySUBbFbLTn6r-77" target="0aRQkGjj-KWWZOeJOGup-9" edge="1">
          <mxGeometry relative="1" as="geometry" />
        </mxCell>
        <mxCell id="0aRQkGjj-KWWZOeJOGup-17" style="edgeStyle=orthogonalEdgeStyle;rounded=0;orthogonalLoop=1;jettySize=auto;html=1;exitX=1;exitY=0.75;exitDx=0;exitDy=0;entryX=-0.005;entryY=0.43;entryDx=0;entryDy=0;entryPerimeter=0;strokeWidth=2;strokeColor=#666666;flowAnimation=1;jumpStyle=arc;endSize=2;" parent="1" source="JVLtuT8sySUBbFbLTn6r-63" target="0aRQkGjj-KWWZOeJOGup-9" edge="1">
          <mxGeometry relative="1" as="geometry" />
        </mxCell>
        <mxCell id="GU7d8YhSs9KX_iTgDBDw-1" value="" style="group" vertex="1" connectable="0" parent="1">
          <mxGeometry x="1050" y="70" width="60" height="70" as="geometry" />
        </mxCell>
        <mxCell id="GU7d8YhSs9KX_iTgDBDw-2" value="" style="rounded=1;whiteSpace=wrap;html=1;" vertex="1" parent="GU7d8YhSs9KX_iTgDBDw-1">
          <mxGeometry x="10" y="11.666666666666668" width="40" height="46.66666666666667" as="geometry" />
        </mxCell>
        <mxCell id="GU7d8YhSs9KX_iTgDBDw-3" value="&lt;b&gt;&lt;font style=&quot;font-size: 16px;&quot;&gt;N2+&lt;/font&gt;&lt;/b&gt;" style="text;html=1;align=center;verticalAlign=middle;whiteSpace=wrap;rounded=0;" vertex="1" parent="GU7d8YhSs9KX_iTgDBDw-1">
          <mxGeometry x="10" y="11.666666666666668" width="40" height="46.66666666666667" as="geometry" />
        </mxCell>
        <mxCell id="GU7d8YhSs9KX_iTgDBDw-5" style="edgeStyle=orthogonalEdgeStyle;rounded=0;orthogonalLoop=1;jettySize=auto;html=1;exitX=1;exitY=0.25;exitDx=0;exitDy=0;entryX=0;entryY=0.25;entryDx=0;entryDy=0;strokeWidth=2;flowAnimation=1;strokeColor=#FF3333;jumpStyle=arc;" edge="1" parent="1" source="JVLtuT8sySUBbFbLTn6r-77" target="GU7d8YhSs9KX_iTgDBDw-3">
          <mxGeometry relative="1" as="geometry" />
        </mxCell>
        <mxCell id="GU7d8YhSs9KX_iTgDBDw-6" style="edgeStyle=orthogonalEdgeStyle;rounded=0;orthogonalLoop=1;jettySize=auto;html=1;exitX=1.02;exitY=0.129;exitDx=0;exitDy=0;entryX=0;entryY=0.5;entryDx=0;entryDy=0;strokeWidth=2;flowAnimation=1;strokeColor=#666666;exitPerimeter=0;jumpStyle=arc;" edge="1" parent="1" source="0aRQkGjj-KWWZOeJOGup-9" target="0aRQkGjj-KWWZOeJOGup-5">
          <mxGeometry relative="1" as="geometry" />
        </mxCell>
+         <mxCell id="GU7d8YhSs9KX_iTgDBDw-7" style="edgeStyle=orthogonalEdgeStyle;rounded=0;orthogonalLoop=1;jettySize=auto;html=1;exitX=0.993;exitY=0.908;exitDx=0;exitDy=0;entryX=0;entryY=0.25;entryDx=0;entryDy=0;strokeWidth=2;strokeColor=#666666;flowAnimation=1;jumpStyle=arc;exitPerimeter=0;" edge="1" parent="1" source="0aRQkGjj-KWWZOeJOGup-9" target="JVLtuT8sySUBbFbLTn6r-90">
+           <mxGeometry relative="1" as="geometry">
+             <mxPoint x="950" y="300" as="sourcePoint" />
+             <mxPoint x="410" y="230" as="targetPoint" />
+             <Array as="points">
+               <mxPoint x="970" y="334" />
+               <mxPoint x="970" y="400" />
+               <mxPoint x="390" y="400" />
+               <mxPoint x="390" y="218" />
+               <mxPoint x="410" y="218" />
+             </Array>
+           </mxGeometry>
+         </mxCell>
      </root>
    </mxGraphModel>
  </diagram>
</mxfile>
